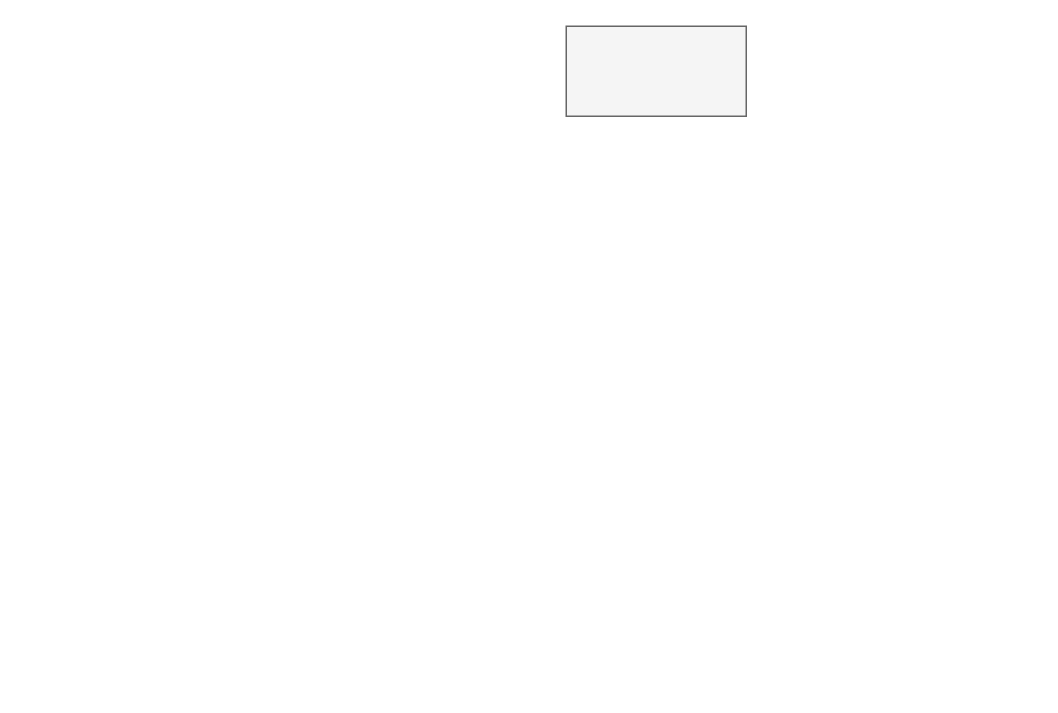
This is page "Param Center-2" (8 of 8) of 交易系统升级流图 (2).drawio from gotrade/gotrade, a draw.io file, before an edit. Source tidied: cells renumbered, new cells numbered last; positions are measured from the earlier drawing's top-left corner, leaving out a move shared by most shapes. Both pictures are drawn from the tidied source at 150%, with x=0, y=0 at pixel (566, 26).
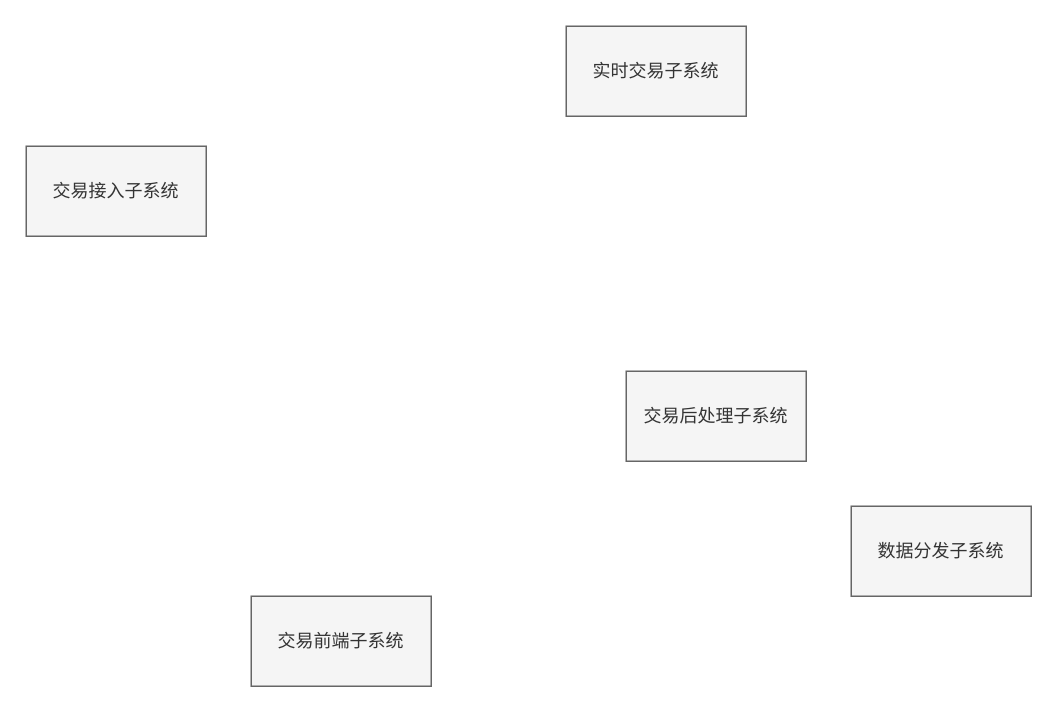
Above is the later version.

Commit message (it also covers changes not shown here):
Update 交易系统升级流图 (2).drawio

Diff of the diagram source:
```diff
@@
 <mxGraphModel>
   <root>
     <mxCell id="0" />
     <mxCell id="1" parent="0" />
-    <mxCell id="2" style="rounded=0;whiteSpace=wrap;html=1;align=center;fillColor=#f5f5f5;strokeColor=#666666;fontColor=#333333;" parent="1" vertex="1">
+    <mxCell id="2" value="实时交易子系统" style="rounded=0;whiteSpace=wrap;html=1;align=center;fillColor=#f5f5f5;strokeColor=#666666;fontColor=#333333;" parent="1" vertex="1">
       <mxGeometry width="120" height="60" as="geometry" />
     </mxCell>
+    <mxCell id="3" value="交易接入子系统" style="rounded=0;whiteSpace=wrap;html=1;align=center;fillColor=#f5f5f5;strokeColor=#666666;fontColor=#333333;" parent="1" vertex="1">
+      <mxGeometry x="-360" y="80" width="120" height="60" as="geometry" />
+    </mxCell>
+    <mxCell id="4" value="交易后处理子系统" style="rounded=0;whiteSpace=wrap;html=1;align=center;fillColor=#f5f5f5;strokeColor=#666666;fontColor=#333333;" parent="1" vertex="1">
+      <mxGeometry x="40" y="230" width="120" height="60" as="geometry" />
+    </mxCell>
+    <mxCell id="5" value="数据分发子系统" style="rounded=0;whiteSpace=wrap;html=1;align=center;fillColor=#f5f5f5;strokeColor=#666666;fontColor=#333333;" parent="1" vertex="1">
+      <mxGeometry x="190" y="320" width="120" height="60" as="geometry" />
+    </mxCell>
+    <mxCell id="6" value="交易前端子系统" style="rounded=0;whiteSpace=wrap;html=1;align=center;fillColor=#f5f5f5;strokeColor=#666666;fontColor=#333333;" parent="1" vertex="1">
+      <mxGeometry x="-210" y="380" width="120" height="60" as="geometry" />
+    </mxCell>
   </root>
 </mxGraphModel>
```
